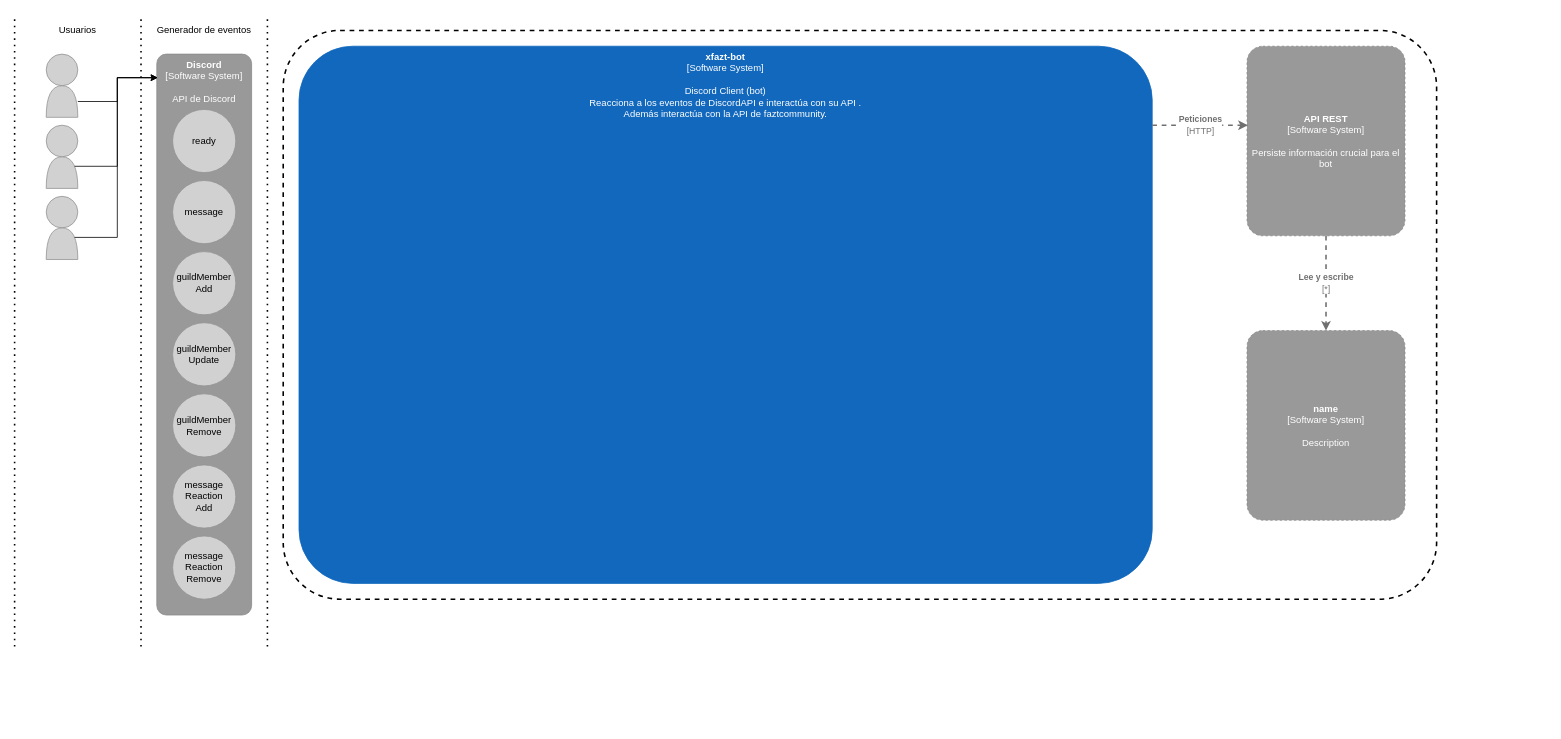
Earlier version of the draw.io diagram Untitled Diagram.drawio (EnzoDiazDev/test). Source tidied: cells renumbered, new cells numbered last; positions are measured from the earlier drawing's top-left corner, leaving out a move shared by most shapes. Both pictures are drawn from the tidied source at 79%, with x=0, y=0 at pixel (14, 14).
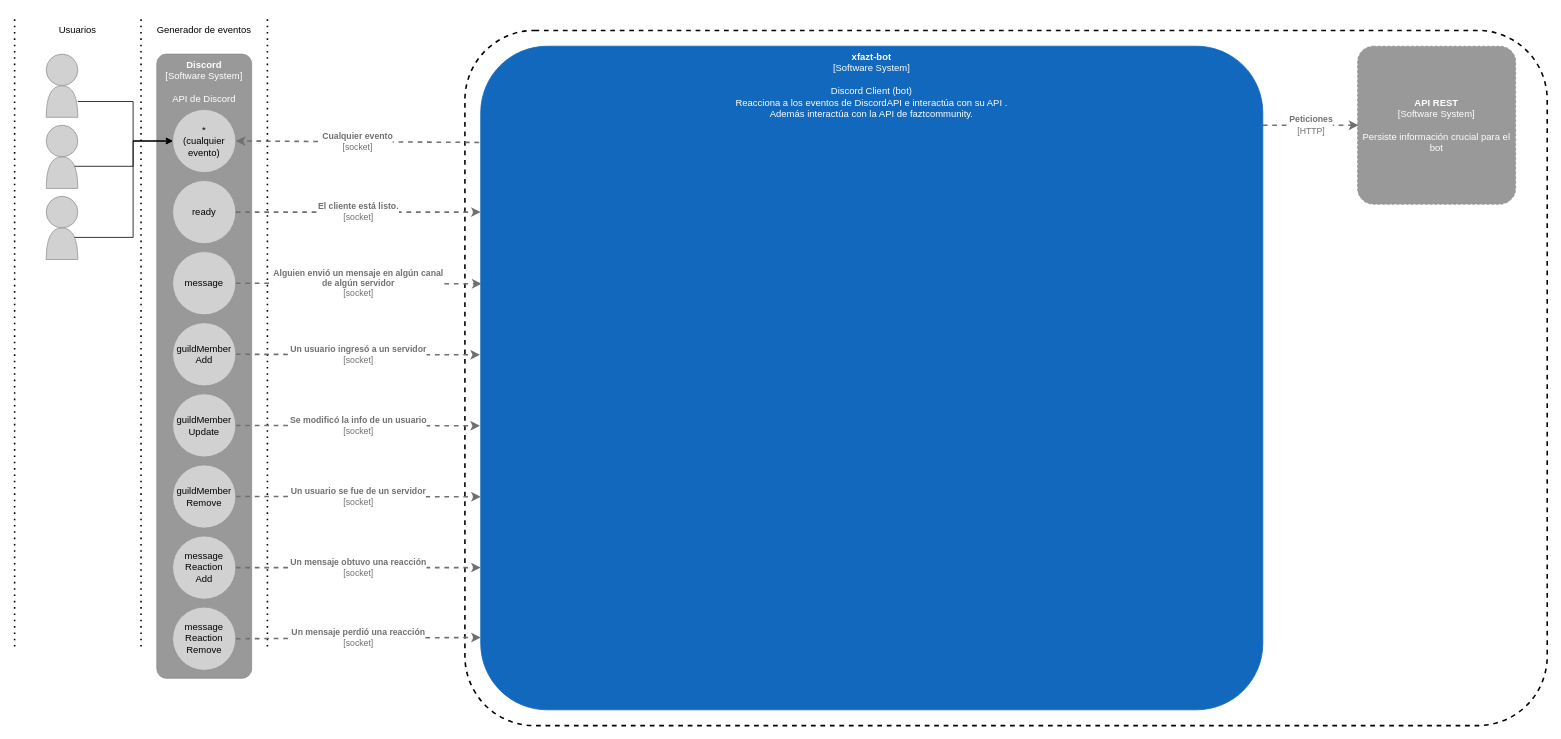
After the change.

The change refers to these unchanged cells:
```xml
<mxCell id="16" style="shape=or;whiteSpace=wrap;html=1;rounded=1;strokeColor=#949494;fillColor=#D1D1D1;align=center;rotation=-90;" parent="14" vertex="1">
  <mxGeometry y="40" width="40" height="40" as="geometry" />
</mxCell>
<mxCell id="19" style="shape=or;whiteSpace=wrap;html=1;rounded=1;strokeColor=#949494;fillColor=#D1D1D1;align=center;rotation=-90;" parent="17" vertex="1">
  <mxGeometry y="40" width="40" height="40" as="geometry" />
</mxCell>
<mxCell id="22" style="shape=or;whiteSpace=wrap;html=1;rounded=1;strokeColor=#949494;fillColor=#D1D1D1;align=center;rotation=-90;" parent="20" vertex="1">
  <mxGeometry y="40" width="40" height="40" as="geometry" />
</mxCell>
```

What changed in the source:
```diff
@@
     <object id="2" label="&lt;b&gt;%c4Name%&lt;/b&gt;&lt;div&gt;[%c4Type%]&lt;/div&gt;&lt;br&gt;&lt;div&gt;%c4Description%&lt;/div&gt;" c4Description="API de Discord" c4Name="Discord" c4Type="Software System" placeholders="1">
       <mxCell style="rounded=1;whiteSpace=wrap;html=1;labelBackgroundColor=none;fillColor=#999999;fontColor=#ffffff;align=center;arcSize=10;strokeColor=#8A8A8A;metaData={&quot;c4Type&quot;:{&quot;editable&quot;:false}};points=[[0.25,0,0],[0.5,0,0],[0.75,0,0],[1,0.25,0],[1,0.5,0],[1,0.75,0],[0.75,1,0],[0.5,1,0],[0.25,1,0],[0,0.75,0],[0,0.5,0],[0,0.25,0]];verticalAlign=top;" parent="1" vertex="1">
-        <mxGeometry x="180" y="50" width="120" height="710" as="geometry" />
+        <mxGeometry x="180" y="50" width="120" height="790" as="geometry" />
       </mxCell>
     </object>
     <mxCell id="3" value="ready" style="ellipse;whiteSpace=wrap;html=1;rounded=1;align=center;fillColor=#D1D1D1;strokeColor=#949494;" parent="1" vertex="1">
-      <mxGeometry x="200" y="120" width="80" height="80" as="geometry" />
+      <mxGeometry x="200" y="210" width="80" height="80" as="geometry" />
     </mxCell>
     <mxCell id="4" value="message" style="ellipse;whiteSpace=wrap;html=1;rounded=1;align=center;fillColor=#D1D1D1;strokeColor=#949494;" parent="1" vertex="1">
-      <mxGeometry x="200" y="210" width="80" height="80" as="geometry" />
+      <mxGeometry x="200" y="300" width="80" height="80" as="geometry" />
     </mxCell>
     <mxCell id="5" value="guildMember&lt;br&gt;Add" style="ellipse;whiteSpace=wrap;html=1;rounded=1;align=center;fillColor=#D1D1D1;strokeColor=#949494;" parent="1" vertex="1">
-      <mxGeometry x="200" y="300" width="80" height="80" as="geometry" />
+      <mxGeometry x="200" y="390" width="80" height="80" as="geometry" />
     </mxCell>
     <mxCell id="6" value="&lt;div&gt;guildMember&lt;br&gt;Update&lt;/div&gt;" style="ellipse;whiteSpace=wrap;html=1;rounded=1;align=center;fillColor=#D1D1D1;strokeColor=#949494;" parent="1" vertex="1">
-      <mxGeometry x="200" y="390" width="80" height="80" as="geometry" />
+      <mxGeometry x="200" y="480" width="80" height="80" as="geometry" />
     </mxCell>
     <mxCell id="7" value="guildMember&lt;br&gt;&lt;div&gt;Remove&lt;/div&gt;" style="ellipse;whiteSpace=wrap;html=1;rounded=1;align=center;fillColor=#D1D1D1;strokeColor=#949494;" parent="1" vertex="1">
-      <mxGeometry x="200" y="480" width="80" height="80" as="geometry" />
+      <mxGeometry x="200" y="570" width="80" height="80" as="geometry" />
     </mxCell>
     <mxCell id="8" value="message&lt;br&gt;Reaction&lt;br&gt;Add" style="ellipse;whiteSpace=wrap;html=1;rounded=1;align=center;fillColor=#D1D1D1;strokeColor=#949494;" parent="1" vertex="1">
-      <mxGeometry x="200" y="570" width="80" height="80" as="geometry" />
+      <mxGeometry x="200" y="660" width="80" height="80" as="geometry" />
     </mxCell>
     <mxCell id="9" value="message&lt;br&gt;Reaction&lt;br&gt;Remove" style="ellipse;whiteSpace=wrap;html=1;rounded=1;align=center;fillColor=#D1D1D1;strokeColor=#949494;" parent="1" vertex="1">
-      <mxGeometry x="200" y="660" width="80" height="80" as="geometry" />
+      <mxGeometry x="200" y="750" width="80" height="80" as="geometry" />
     </mxCell>
@@
-    <mxCell id="23" style="edgeStyle=orthogonalEdgeStyle;rounded=0;jettySize=auto;html=1;exitX=0.7;exitY=0.9;exitDx=0;exitDy=0;exitPerimeter=0;entryX=0.009;entryY=0.042;entryDx=0;entryDy=0;entryPerimeter=0;" parent="1" edge="1" source="19" target="2">
-      <mxGeometry relative="1" as="geometry" />
+    <mxCell id="23" style="edgeStyle=orthogonalEdgeStyle;rounded=0;jettySize=auto;html=1;exitX=0.7;exitY=0.9;exitDx=0;exitDy=0;exitPerimeter=0;entryX=0;entryY=0.5;entryDx=0;entryDy=0;" parent="1" edge="1" source="19" target="41">
+      <mxGeometry relative="1" as="geometry">
+        <Array as="points">
+          <mxPoint x="150" y="282" />
+          <mxPoint x="150" y="160" />
+        </Array>
+      </mxGeometry>
     </mxCell>
-    <mxCell id="24" style="edgeStyle=orthogonalEdgeStyle;rounded=0;jettySize=auto;html=1;exitX=0.7;exitY=0.9;exitDx=0;exitDy=0;exitPerimeter=0;entryX=0.006;entryY=0.042;entryDx=0;entryDy=0;entryPerimeter=0;" parent="1" edge="1" source="22" target="2">
-      <mxGeometry relative="1" as="geometry" />
+    <mxCell id="24" style="edgeStyle=orthogonalEdgeStyle;rounded=0;jettySize=auto;html=1;exitX=0.7;exitY=0.9;exitDx=0;exitDy=0;exitPerimeter=0;entryX=0;entryY=0.5;entryDx=0;entryDy=0;" parent="1" edge="1" source="22" target="41">
+      <mxGeometry relative="1" as="geometry">
+        <Array as="points">
+          <mxPoint x="150" y="192" />
+          <mxPoint x="150" y="160" />
+        </Array>
+      </mxGeometry>
     </mxCell>
-    <mxCell id="25" style="edgeStyle=orthogonalEdgeStyle;rounded=0;jettySize=auto;html=1;entryX=0.006;entryY=0.042;entryDx=0;entryDy=0;entryPerimeter=0;" parent="1" edge="1" source="16" target="2">
-      <mxGeometry relative="1" as="geometry" />
+    <mxCell id="25" style="edgeStyle=orthogonalEdgeStyle;rounded=0;jettySize=auto;html=1;entryX=0;entryY=0.5;entryDx=0;entryDy=0;" parent="1" edge="1" source="16" target="41">
+      <mxGeometry relative="1" as="geometry">
+        <Array as="points">
+          <mxPoint x="150" y="110" />
+          <mxPoint x="150" y="160" />
+        </Array>
+      </mxGeometry>
     </mxCell>
@@
     <object id="28" label="&lt;b&gt;%c4Name%&lt;/b&gt;&lt;div&gt;[%c4Type%]&lt;/div&gt;&lt;br&gt;&lt;div&gt;%c4Description%&lt;/div&gt;" c4Description="Discord Client (bot)&#10;Reacciona a los eventos de DiscordAPI e interactúa con su API .&#10;Además interactúa con la API de faztcommunity." c4Name="xfazt-bot" c4Type="Software System" placeholders="1">
       <mxCell style="rounded=1;whiteSpace=wrap;html=1;labelBackgroundColor=none;fillColor=#1168BD;fontColor=#ffffff;align=center;arcSize=10;strokeColor=#1168BD;metaData={&quot;c4Type&quot;:{&quot;editable&quot;:false}};points=[[0.25,0,0],[0.5,0,0],[0.75,0,0],[1,0.25,0],[1,0.5,0],[1,0.75,0],[0.75,1,0],[0.5,1,0],[0.25,1,0],[0,0.75,0],[0,0.5,0],[0,0.25,0]];verticalAlign=top;" parent="1" vertex="1">
-        <mxGeometry x="360" y="40" width="1080" height="680" as="geometry" />
+        <mxGeometry x="590" y="40" width="990" height="840" as="geometry" />
       </mxCell>
     </object>
     <mxCell id="29" style="group;rounded=1;strokeColor=#000000;strokeWidth=2;fillColor=none;align=center;dashed=1;arcSize=10;" parent="1" vertex="1">
-      <mxGeometry x="340" y="20" width="1460" height="720" as="geometry" />
+      <mxGeometry x="570" y="20" width="1370" height="880" as="geometry" />
     </mxCell>
     <object id="30" label="&lt;b&gt;%c4Name%&lt;/b&gt;&lt;div&gt;[%c4Type%]&lt;/div&gt;&lt;br&gt;&lt;div&gt;%c4Description%&lt;/div&gt;" c4Description="Persiste información crucial para el bot" c4Name="API REST" c4Type="Software System" placeholders="1">
       <mxCell style="rounded=1;whiteSpace=wrap;html=1;labelBackgroundColor=none;fillColor=#999999;fontColor=#ffffff;align=center;arcSize=10;strokeColor=#8A8A8A;metaData={&quot;c4Type&quot;:{&quot;editable&quot;:false}};dashed=1;" parent="1" vertex="1">
-        <mxGeometry x="1560" y="40" width="200" height="240" as="geometry" />
+        <mxGeometry x="1700" y="40" width="200" height="200" as="geometry" />
       </mxCell>
     </object>
-    <object id="31" label="&lt;b&gt;%c4Name%&lt;/b&gt;&lt;div&gt;[%c4Type%]&lt;/div&gt;&lt;br&gt;&lt;div&gt;%c4Description%&lt;/div&gt;" c4Description="Description" c4Name="name" c4Type="Software System" placeholders="1">
-      <mxCell style="rounded=1;whiteSpace=wrap;html=1;labelBackgroundColor=none;fillColor=#999999;fontColor=#ffffff;align=center;arcSize=10;strokeColor=#8A8A8A;metaData={&quot;c4Type&quot;:{&quot;editable&quot;:false}};points=[[0.25,0,0],[0.5,0,0],[0.75,0,0],[1,0.25,0],[1,0.5,0],[1,0.75,0],[0.75,1,0],[0.5,1,0],[0.25,1,0],[0,0.75,0],[0,0.5,0],[0,0.25,0]];dashed=1;" parent="1" vertex="1">
-        <mxGeometry x="1560" y="400" width="200" height="240" as="geometry" />
-      </mxCell>
-    </object>
     <object id="32" label="&lt;div style=&quot;text-align: left&quot;&gt;&lt;div style=&quot;text-align: center&quot;&gt;&lt;b&gt;%c4Description%&lt;/b&gt;&lt;/div&gt;&lt;div style=&quot;text-align: center&quot;&gt;[%c4Technology%]&lt;/div&gt;&lt;/div&gt;" c4Description="Peticiones" c4Technology="HTTP" placeholders="1">
       <mxCell style="edgeStyle=none;rounded=0;html=1;jettySize=auto;orthogonalLoop=1;strokeColor=#707070;strokeWidth=2;fontColor=#707070;jumpStyle=none;dashed=1;metaData={&quot;c4Type&quot;:{&quot;editable&quot;:false}};" parent="1" edge="1">
         <mxGeometry relative="1" as="geometry">
-          <mxPoint x="1440" y="140" as="sourcePoint" />
-          <mxPoint x="1561" y="140" as="targetPoint" />
+          <mxPoint x="1580" y="140" as="sourcePoint" />
+          <mxPoint x="1701" y="140" as="targetPoint" />
         </mxGeometry>
       </mxCell>
     </object>
-    <object id="33" label="&lt;div style=&quot;text-align: left&quot;&gt;&lt;div style=&quot;text-align: center&quot;&gt;&lt;b&gt;%c4Description%&lt;/b&gt;&lt;/div&gt;&lt;div style=&quot;text-align: center&quot;&gt;[%c4Technology%]&lt;/div&gt;&lt;/div&gt;" c4Description="Lee y escribe" c4Technology="*" placeholders="1">
-      <mxCell style="edgeStyle=none;rounded=0;html=1;entryX=0.5;entryY=0;jettySize=auto;strokeColor=#707070;strokeWidth=2;fontColor=#707070;jumpStyle=none;dashed=1;metaData={&quot;c4Type&quot;:{&quot;editable&quot;:false}};entryDx=0;entryDy=0;entryPerimeter=0;" parent="1" edge="1" target="31">
-        <mxGeometry relative="1" as="geometry">
-          <mxPoint x="1660" y="280" as="sourcePoint" />
-        </mxGeometry>
-      </mxCell>
-    </object>
+    <object id="34" label="&lt;div style=&quot;text-align: left&quot;&gt;&lt;div style=&quot;text-align: center&quot;&gt;&lt;b&gt;%c4Description%&lt;/b&gt;&lt;/div&gt;&lt;div style=&quot;text-align: center&quot;&gt;[%c4Technology%]&lt;/div&gt;&lt;/div&gt;" c4Description="El cliente está listo." c4Technology="socket" placeholders="1">
+      <mxCell style="edgeStyle=none;rounded=0;html=1;jettySize=auto;strokeColor=#707070;strokeWidth=2;fontColor=#707070;jumpStyle=none;dashed=1;metaData={&quot;c4Type&quot;:{&quot;editable&quot;:false}};entryX=0;entryY=0.25;entryDx=0;entryDy=0;entryPerimeter=0;exitX=1;exitY=0.5;exitDx=0;exitDy=0;" parent="1" edge="1" source="3" target="28">
+        <mxGeometry relative="1" as="geometry" />
+      </mxCell>
+    </object>
+    <object id="35" label="&lt;div style=&quot;text-align: left&quot;&gt;&lt;div style=&quot;text-align: center&quot;&gt;&lt;b&gt;%c4Description%&lt;/b&gt;&lt;/div&gt;&lt;div style=&quot;text-align: center&quot;&gt;[%c4Technology%]&lt;/div&gt;&lt;/div&gt;" c4Description="Alguien envió un mensaje en algún canal&#10;de algún servidor" c4Technology="socket" placeholders="1">
+      <mxCell style="edgeStyle=none;rounded=0;html=1;jettySize=auto;strokeColor=#707070;strokeWidth=2;fontColor=#707070;jumpStyle=none;dashed=1;metaData={&quot;c4Type&quot;:{&quot;editable&quot;:false}};exitX=1;exitY=0.5;exitDx=0;exitDy=0;entryX=0.001;entryY=0.358;entryDx=0;entryDy=0;entryPerimeter=0;" parent="1" edge="1" source="4" target="28">
+        <mxGeometry relative="1" as="geometry" />
+      </mxCell>
+    </object>
+    <object id="36" label="&lt;div style=&quot;text-align: left&quot;&gt;&lt;div style=&quot;text-align: center&quot;&gt;&lt;b&gt;%c4Description%&lt;/b&gt;&lt;/div&gt;&lt;div style=&quot;text-align: center&quot;&gt;[%c4Technology%]&lt;/div&gt;&lt;/div&gt;" c4Description="Un usuario ingresó a un servidor" c4Technology="socket" placeholders="1">
+      <mxCell style="edgeStyle=none;rounded=0;html=1;jettySize=auto;strokeColor=#707070;strokeWidth=2;fontColor=#707070;jumpStyle=none;dashed=1;metaData={&quot;c4Type&quot;:{&quot;editable&quot;:false}};exitX=1;exitY=0.5;exitDx=0;exitDy=0;entryX=-0.001;entryY=0.465;entryDx=0;entryDy=0;entryPerimeter=0;" parent="1" edge="1" source="5" target="28">
+        <mxGeometry relative="1" as="geometry" />
+      </mxCell>
+    </object>
+    <object id="37" label="&lt;div style=&quot;text-align: left&quot;&gt;&lt;div style=&quot;text-align: center&quot;&gt;&lt;b&gt;%c4Description%&lt;/b&gt;&lt;/div&gt;&lt;div style=&quot;text-align: center&quot;&gt;[%c4Technology%]&lt;/div&gt;&lt;/div&gt;" c4Description="Se modificó la info de un usuario" c4Technology="socket" placeholders="1">
+      <mxCell style="edgeStyle=none;rounded=0;html=1;jettySize=auto;strokeColor=#707070;strokeWidth=2;fontColor=#707070;jumpStyle=none;dashed=1;metaData={&quot;c4Type&quot;:{&quot;editable&quot;:false}};exitX=1;exitY=0.5;exitDx=0;exitDy=0;entryX=-0.001;entryY=0.572;entryDx=0;entryDy=0;entryPerimeter=0;" parent="1" edge="1" source="6" target="28">
+        <mxGeometry relative="1" as="geometry" />
+      </mxCell>
+    </object>
+    <object id="38" label="&lt;div style=&quot;text-align: left&quot;&gt;&lt;div style=&quot;text-align: center&quot;&gt;&lt;b&gt;%c4Description%&lt;/b&gt;&lt;/div&gt;&lt;div style=&quot;text-align: center&quot;&gt;[%c4Technology%]&lt;/div&gt;&lt;/div&gt;" c4Description="Un usuario se fue de un servidor" c4Technology="socket" placeholders="1">
+      <mxCell style="edgeStyle=none;rounded=0;html=1;jettySize=auto;strokeColor=#707070;strokeWidth=2;fontColor=#707070;jumpStyle=none;dashed=1;metaData={&quot;c4Type&quot;:{&quot;editable&quot;:false}};exitX=1;exitY=0.5;exitDx=0;exitDy=0;entryX=0;entryY=0.679;entryDx=0;entryDy=0;entryPerimeter=0;" parent="1" edge="1" source="7" target="28">
+        <mxGeometry relative="1" as="geometry" />
+      </mxCell>
+    </object>
+    <object id="39" label="&lt;div style=&quot;text-align: left&quot;&gt;&lt;div style=&quot;text-align: center&quot;&gt;&lt;b&gt;%c4Description%&lt;/b&gt;&lt;/div&gt;&lt;div style=&quot;text-align: center&quot;&gt;[%c4Technology%]&lt;/div&gt;&lt;/div&gt;" c4Description="Un mensaje obtuvo una reacción" c4Technology="socket" placeholders="1">
+      <mxCell style="edgeStyle=none;rounded=0;html=1;jettySize=auto;strokeColor=#707070;strokeWidth=2;fontColor=#707070;jumpStyle=none;dashed=1;metaData={&quot;c4Type&quot;:{&quot;editable&quot;:false}};exitX=1;exitY=0.5;exitDx=0;exitDy=0;" parent="1" edge="1" source="8">
+        <mxGeometry relative="1" as="geometry">
+          <mxPoint x="590" y="700" as="targetPoint" />
+        </mxGeometry>
+      </mxCell>
+    </object>
+    <object id="40" label="&lt;div style=&quot;text-align: left&quot;&gt;&lt;div style=&quot;text-align: center&quot;&gt;&lt;b&gt;%c4Description%&lt;/b&gt;&lt;/div&gt;&lt;div style=&quot;text-align: center&quot;&gt;[%c4Technology%]&lt;/div&gt;&lt;/div&gt;" c4Description="Un mensaje perdió una reacción" c4Technology="socket" placeholders="1">
+      <mxCell style="edgeStyle=none;rounded=0;html=1;jettySize=auto;strokeColor=#707070;strokeWidth=2;fontColor=#707070;jumpStyle=none;dashed=1;metaData={&quot;c4Type&quot;:{&quot;editable&quot;:false}};exitX=1;exitY=0.5;exitDx=0;exitDy=0;entryX=0;entryY=0.891;entryDx=0;entryDy=0;entryPerimeter=0;" parent="1" edge="1" source="9" target="28">
+        <mxGeometry relative="1" as="geometry" />
+      </mxCell>
+    </object>
+    <mxCell id="41" value="&lt;div&gt;*&lt;br&gt;&lt;/div&gt;(cualquier&lt;br&gt;evento)" style="ellipse;whiteSpace=wrap;html=1;rounded=1;align=center;fillColor=#D1D1D1;strokeColor=#949494;" parent="1" vertex="1">
+      <mxGeometry x="200" y="120" width="80" height="80" as="geometry" />
+    </mxCell>
+    <object id="42" label="&lt;div style=&quot;text-align: left&quot;&gt;&lt;div style=&quot;text-align: center&quot;&gt;&lt;b&gt;%c4Description%&lt;/b&gt;&lt;/div&gt;&lt;div style=&quot;text-align: center&quot;&gt;[%c4Technology%]&lt;/div&gt;&lt;/div&gt;" c4Description="Cualquier evento" c4Technology="socket" placeholders="1">
+      <mxCell style="edgeStyle=none;rounded=0;html=1;entryX=1;entryY=0.5;jettySize=auto;strokeColor=#707070;strokeWidth=2;fontColor=#707070;jumpStyle=none;dashed=1;metaData={&quot;c4Type&quot;:{&quot;editable&quot;:false}};exitX=-0.002;exitY=0.145;exitDx=0;exitDy=0;exitPerimeter=0;entryDx=0;entryDy=0;" parent="1" edge="1" source="28" target="41">
+        <mxGeometry relative="1" as="geometry" />
+      </mxCell>
+    </object>
```
